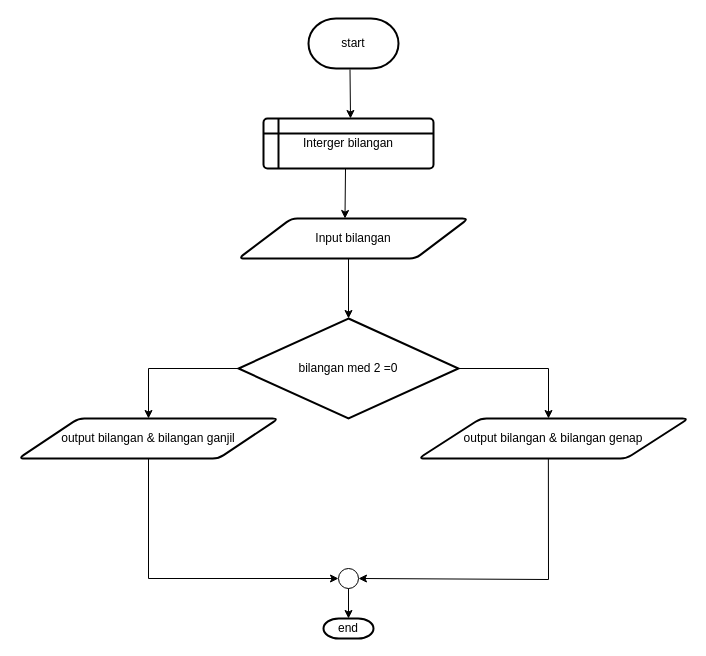
Ayusarass21/algo_a_23241013 keeps this draw.io diagram as Untitled Diagram.drawio. Above is the earlier version. Source tidied: cells renumbered, new cells numbered last; positions are measured from the earlier drawing's top-left corner, leaving out a move shared by most shapes. Both pictures are drawn from the tidied source at 100%, with x=0, y=0 at pixel (18, 18).
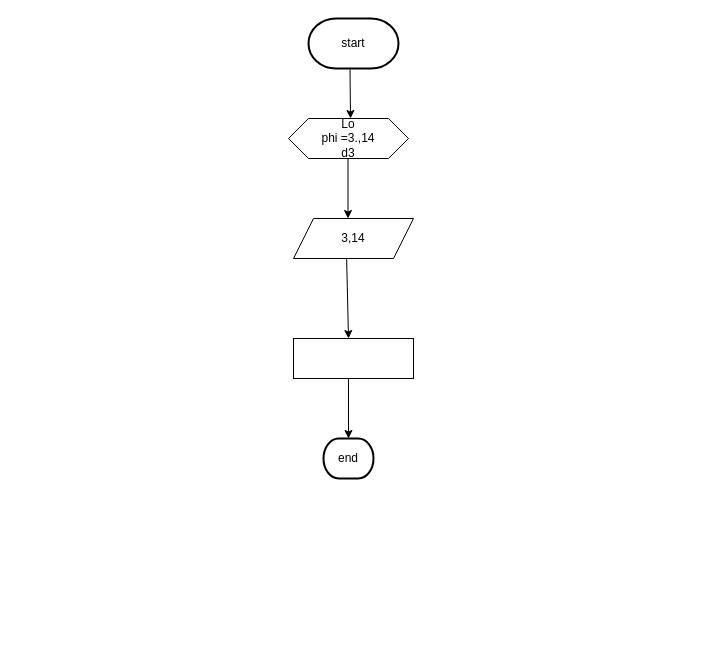
Above is the later version.

Commit message:
tugas menghitung luas lingkaran

Diff of the diagram source:
```diff
@@
-    <mxCell id="4" value="Interger bilangan" style="shape=internalStorage;whiteSpace=wrap;html=1;dx=15;dy=15;rounded=1;arcSize=8;strokeWidth=2;" parent="1" vertex="1">
-      <mxGeometry x="245" y="100" width="170" height="50" as="geometry" />
-    </mxCell>
-    <mxCell id="5" value="Input bilangan" style="shape=parallelogram;html=1;strokeWidth=2;perimeter=parallelogramPerimeter;whiteSpace=wrap;rounded=1;arcSize=12;size=0.23;" parent="1" vertex="1">
-      <mxGeometry x="220" y="200" width="230" height="40" as="geometry" />
-    </mxCell>
-    <mxCell id="6" style="edgeStyle=orthogonalEdgeStyle;rounded=0;orthogonalLoop=1;jettySize=auto;html=1;exitX=0.5;exitY=1;exitDx=0;exitDy=0;" parent="1" edge="1" source="5" target="5">
-      <mxGeometry relative="1" as="geometry" />
+    <mxCell id="6" style="edgeStyle=orthogonalEdgeStyle;rounded=0;orthogonalLoop=1;jettySize=auto;html=1;exitX=0.5;exitY=1;exitDx=0;exitDy=0;" parent="1" edge="1">
+      <mxGeometry relative="1" as="geometry">
+        <mxPoint x="335" y="240" as="sourcePoint" />
+        <mxPoint x="335" y="240" as="targetPoint" />
+      </mxGeometry>
     </mxCell>
     <mxCell id="7" style="endArrow=classic;html=1;rounded=0;" parent="1" edge="1">
       <mxGeometry relative="1" as="geometry">
-        <mxPoint x="330" y="240" as="sourcePoint" />
-        <mxPoint x="330" y="300" as="targetPoint" />
+        <mxPoint x="329.5" y="140" as="sourcePoint" />
+        <mxPoint x="329.5" y="200" as="targetPoint" />
       </mxGeometry>
     </mxCell>
-    <mxCell id="8" style="endArrow=classic;html=1;rounded=0;" parent="1" edge="1">
-      <mxGeometry relative="1" as="geometry">
-        <mxPoint x="327" y="150" as="sourcePoint" />
-        <mxPoint x="326.5" y="200" as="targetPoint" />
-      </mxGeometry>
-    </mxCell>
-    <mxCell id="9" value="bilangan med 2 =0" style="strokeWidth=2;html=1;shape=mxgraph.flowchart.decision;whiteSpace=wrap;" parent="1" vertex="1">
-      <mxGeometry x="220" y="300" width="220" height="100" as="geometry" />
-    </mxCell>
-    <mxCell id="10" style="endArrow=classic;html=1;rounded=0;exitX=1;exitY=0.5;exitDx=0;exitDy=0;exitPerimeter=0;" parent="1" edge="1" source="9">
-      <mxGeometry relative="1" as="geometry">
-        <mxPoint x="530" y="400" as="targetPoint" />
-        <Array as="points">
-          <mxPoint x="530" y="350" />
-        </Array>
-      </mxGeometry>
-    </mxCell>
-    <mxCell id="11" style="endArrow=classic;html=1;rounded=0;exitX=0;exitY=0.5;exitDx=0;exitDy=0;exitPerimeter=0;" parent="1" edge="1" source="9">
-      <mxGeometry relative="1" as="geometry">
-        <mxPoint x="130" y="400" as="targetPoint" />
-        <Array as="points">
-          <mxPoint x="130" y="350" />
-        </Array>
-      </mxGeometry>
-    </mxCell>
-    <mxCell id="12" value="output bilangan &amp;amp; bilangan genap" style="shape=parallelogram;html=1;strokeWidth=2;perimeter=parallelogramPerimeter;whiteSpace=wrap;rounded=1;arcSize=12;size=0.23;" parent="1" vertex="1">
-      <mxGeometry x="400" y="400" width="270" height="40" as="geometry" />
-    </mxCell>
-    <mxCell id="13" value="output bilangan &amp;amp; bilangan ganjil" style="shape=parallelogram;html=1;strokeWidth=2;perimeter=parallelogramPerimeter;whiteSpace=wrap;rounded=1;arcSize=12;size=0.23;" parent="1" vertex="1">
-      <mxGeometry y="400" width="260" height="40" as="geometry" />
-    </mxCell>
-    <mxCell id="14" style="endArrow=classic;html=1;rounded=0;exitX=0.5;exitY=1;exitDx=0;exitDy=0;" parent="1" edge="1">
-      <mxGeometry relative="1" as="geometry">
-        <mxPoint x="130" y="440" as="sourcePoint" />
-        <mxPoint x="320" y="560" as="targetPoint" />
-        <Array as="points">
-          <mxPoint x="130" y="560" />
-        </Array>
-      </mxGeometry>
-    </mxCell>
-    <mxCell id="15" style="endArrow=classic;html=1;rounded=0;exitX=0.481;exitY=1;exitDx=0;exitDy=0;exitPerimeter=0;entryX=1;entryY=0.5;entryDx=0;entryDy=0;entryPerimeter=0;" parent="1" edge="1" source="12" target="16">
-      <mxGeometry relative="1" as="geometry">
-        <Array as="points">
-          <mxPoint x="530" y="561" />
-        </Array>
-      </mxGeometry>
-    </mxCell>
-    <mxCell id="16" style="verticalLabelPosition=bottom;verticalAlign=top;html=1;shape=mxgraph.flowchart.on-page_reference;" parent="1" vertex="1">
-      <mxGeometry x="320" y="550" width="20" height="20" as="geometry" />
-    </mxCell>
-    <mxCell id="17" style="endArrow=classic;html=1;rounded=0;exitX=0.5;exitY=1;exitDx=0;exitDy=0;exitPerimeter=0;" parent="1" edge="1" source="16">
+    <mxCell id="17" style="endArrow=classic;html=1;rounded=0;" parent="1" edge="1">
       <mxGeometry relative="1" as="geometry">
-        <mxPoint x="330" y="600" as="targetPoint" />
+        <mxPoint x="327.9" y="230" as="sourcePoint" />
+        <mxPoint x="330" y="320" as="targetPoint" />
       </mxGeometry>
     </mxCell>
     <mxCell id="18" value="end" style="strokeWidth=2;html=1;shape=mxgraph.flowchart.terminator;whiteSpace=wrap;" parent="1" vertex="1">
-      <mxGeometry x="305" y="600" width="50" height="20" as="geometry" />
+      <mxGeometry x="305" y="420" width="50" height="40" as="geometry" />
     </mxCell>
+    <mxCell id="19" value="&lt;div&gt;Lo&lt;/div&gt;&lt;div&gt;phi =3.,14&lt;/div&gt;&lt;div&gt;d3&lt;br&gt;&lt;/div&gt;" style="shape=hexagon;perimeter=hexagonPerimeter2;whiteSpace=wrap;html=1;fixedSize=1;" parent="1" vertex="1">
+      <mxGeometry x="270" y="100" width="120" height="40" as="geometry" />
+    </mxCell>
+    <mxCell id="20" style="edgeStyle=orthogonalEdgeStyle;rounded=0;orthogonalLoop=1;jettySize=auto;html=1;exitX=0.5;exitY=1;exitDx=0;exitDy=0;" parent="1" edge="1" source="19" target="19">
+      <mxGeometry relative="1" as="geometry" />
+    </mxCell>
+    <mxCell id="21" value="3,14" style="shape=parallelogram;perimeter=parallelogramPerimeter;whiteSpace=wrap;html=1;fixedSize=1;" parent="1" vertex="1">
+      <mxGeometry x="275" y="200" width="120" height="40" as="geometry" />
+    </mxCell>
+    <mxCell id="22" style="rounded=0;whiteSpace=wrap;html=1;" parent="1" vertex="1">
+      <mxGeometry x="275" y="320" width="120" height="40" as="geometry" />
+    </mxCell>
+    <mxCell id="23" style="endArrow=classic;html=1;rounded=0;entryX=0.5;entryY=0;entryDx=0;entryDy=0;entryPerimeter=0;exitX=0.458;exitY=1;exitDx=0;exitDy=0;exitPerimeter=0;" parent="1" edge="1" source="22" target="18">
+      <mxGeometry relative="1" as="geometry" />
+    </mxCell>
```
